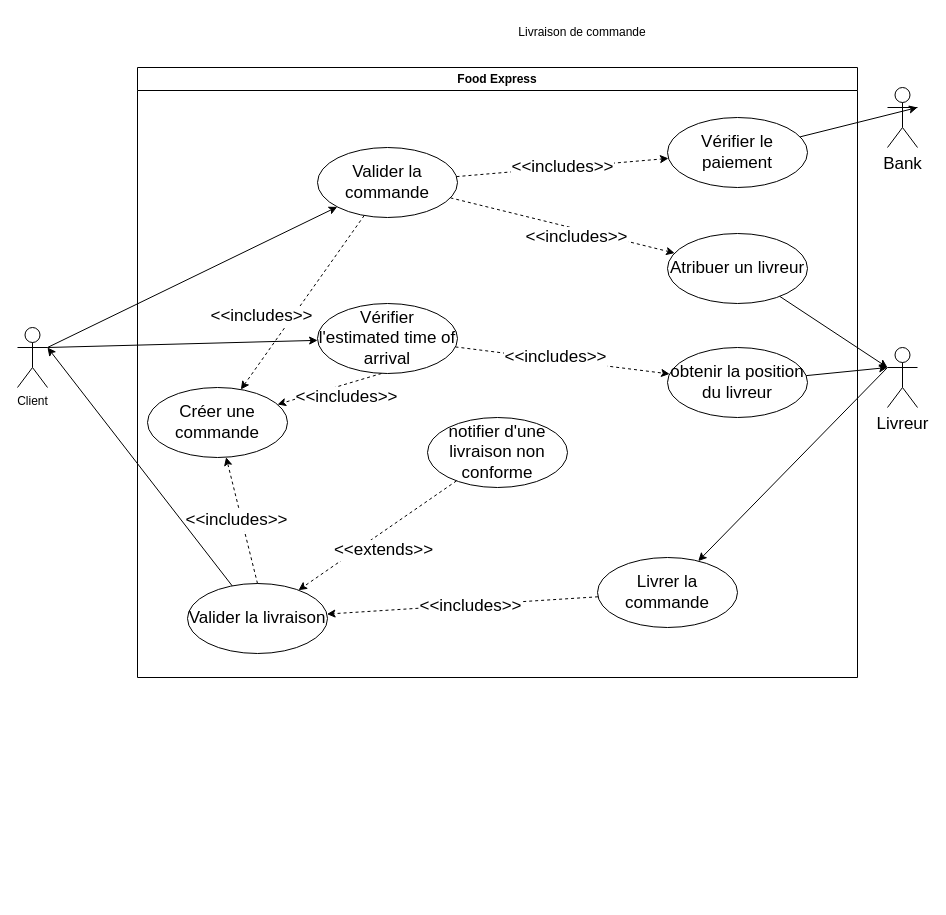
Before: page "Livraison de commande" (4 of 4) of main_use_case.drawio in sebastien-deren/projet_4, a draw.io diagram. Source tidied: cells renumbered, new cells numbered last; positions are measured from the earlier drawing's top-left corner, leaving out a move shared by most shapes. Both pictures are drawn from the tidied source at 100%, with x=0, y=0 at pixel (17, 17).
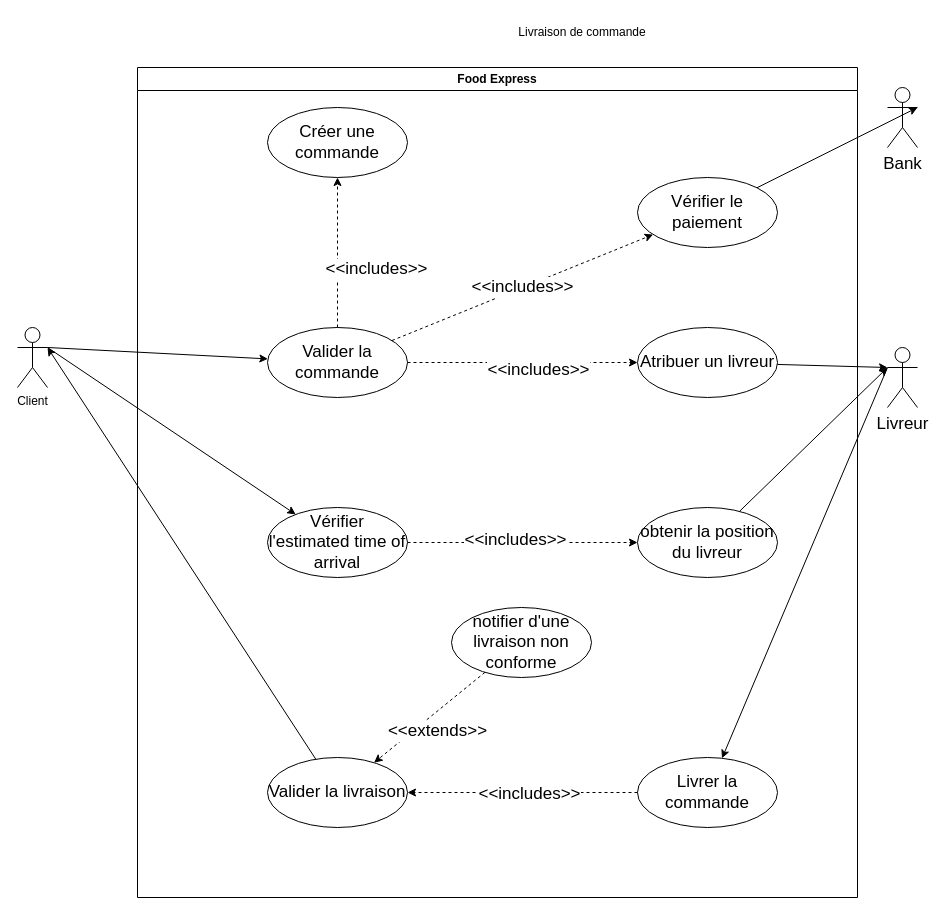
The same page after the edit.

What changed in the source:
```diff
@@
     <mxCell id="2" value="Food Express" style="swimlane;whiteSpace=wrap;html=1;direction=east;" parent="1" vertex="1">
-      <mxGeometry x="120" y="50" width="720" height="610" as="geometry" />
+      <mxGeometry x="120" y="50" width="720" height="830" as="geometry" />
     </mxCell>
     <mxCell id="3" value="Valider la commande" style="ellipse;whiteSpace=wrap;html=1;fontSize=17;" parent="2" vertex="1">
-      <mxGeometry x="180" y="80" width="140" height="70" as="geometry" />
+      <mxGeometry x="130" y="260" width="140" height="70" as="geometry" />
     </mxCell>
     <mxCell id="4" value="Vérifier l'estimated time of arrival" style="ellipse;whiteSpace=wrap;html=1;fontSize=17;" parent="2" vertex="1">
-      <mxGeometry x="180" y="236" width="140" height="70" as="geometry" />
+      <mxGeometry x="130" y="440" width="140" height="70" as="geometry" />
     </mxCell>
     <mxCell id="5" value="Valider la livraison" style="ellipse;whiteSpace=wrap;html=1;fontSize=17;" parent="2" vertex="1">
-      <mxGeometry x="50" y="516" width="140" height="70" as="geometry" />
+      <mxGeometry x="130" y="690" width="140" height="70" as="geometry" />
     </mxCell>
     <mxCell id="6" value="Vérifier le paiement" style="ellipse;whiteSpace=wrap;html=1;fontSize=17;" parent="2" vertex="1">
-      <mxGeometry x="530" y="50" width="140" height="70" as="geometry" />
+      <mxGeometry x="500" y="110" width="140" height="70" as="geometry" />
     </mxCell>
@@
     <mxCell id="8" value="Atribuer un livreur" style="ellipse;whiteSpace=wrap;html=1;fontSize=17;" parent="2" vertex="1">
-      <mxGeometry x="530" y="166" width="140" height="70" as="geometry" />
+      <mxGeometry x="500" y="260" width="140" height="70" as="geometry" />
     </mxCell>
@@
     <mxCell id="10" value="obtenir la position du livreur" style="ellipse;whiteSpace=wrap;html=1;fontSize=17;" parent="2" vertex="1">
-      <mxGeometry x="530" y="280" width="140" height="70" as="geometry" />
+      <mxGeometry x="500" y="440" width="140" height="70" as="geometry" />
     </mxCell>
@@
     <mxCell id="12" value="notifier d'une livraison non conforme" style="ellipse;whiteSpace=wrap;html=1;fontSize=17;" parent="2" vertex="1">
-      <mxGeometry x="290" y="350" width="140" height="70" as="geometry" />
+      <mxGeometry x="314" y="540" width="140" height="70" as="geometry" />
     </mxCell>
@@
     <mxCell id="14" value="Créer une commande" style="ellipse;whiteSpace=wrap;html=1;fontSize=17;" parent="2" vertex="1">
-      <mxGeometry x="10" y="320" width="140" height="70" as="geometry" />
+      <mxGeometry x="130" y="40" width="140" height="70" as="geometry" />
     </mxCell>
     <mxCell id="15" value="&amp;lt;&amp;lt;includes&amp;gt;&amp;gt;" style="endArrow=classic;html=1;rounded=0;fontSize=17;dashed=1;" parent="2" edge="1" source="3" target="14">
-      <mxGeometry x="0.33" y="-25" relative="1" as="geometry" />
+      <mxGeometry x="-0.23" y="-39" relative="1" as="geometry" />
     </mxCell>
-    <mxCell id="16" value="&amp;lt;&amp;lt;includes&amp;gt;&amp;gt;" style="endArrow=classic;html=1;rounded=0;fontSize=17;dashed=1;exitX=0.457;exitY=1;exitDx=0;exitDy=0;exitPerimeter=0;" parent="2" edge="1" source="4" target="14">
-      <mxGeometry x="-0.27" y="13" relative="1" as="geometry" />
-    </mxCell>
-    <mxCell id="17" value="&amp;lt;&amp;lt;includes&amp;gt;&amp;gt;" style="endArrow=classic;html=1;rounded=0;fontSize=17;dashed=1;exitX=0.5;exitY=0;exitDx=0;exitDy=0;" parent="2" edge="1" source="5" target="14">
-      <mxGeometry x="0.02" y="5" relative="1" as="geometry" />
-    </mxCell>
     <mxCell id="18" value="Livrer la commande" style="ellipse;whiteSpace=wrap;html=1;fontSize=17;" parent="2" vertex="1">
-      <mxGeometry x="460" y="490" width="140" height="70" as="geometry" />
+      <mxGeometry x="500" y="690" width="140" height="70" as="geometry" />
     </mxCell>
```
